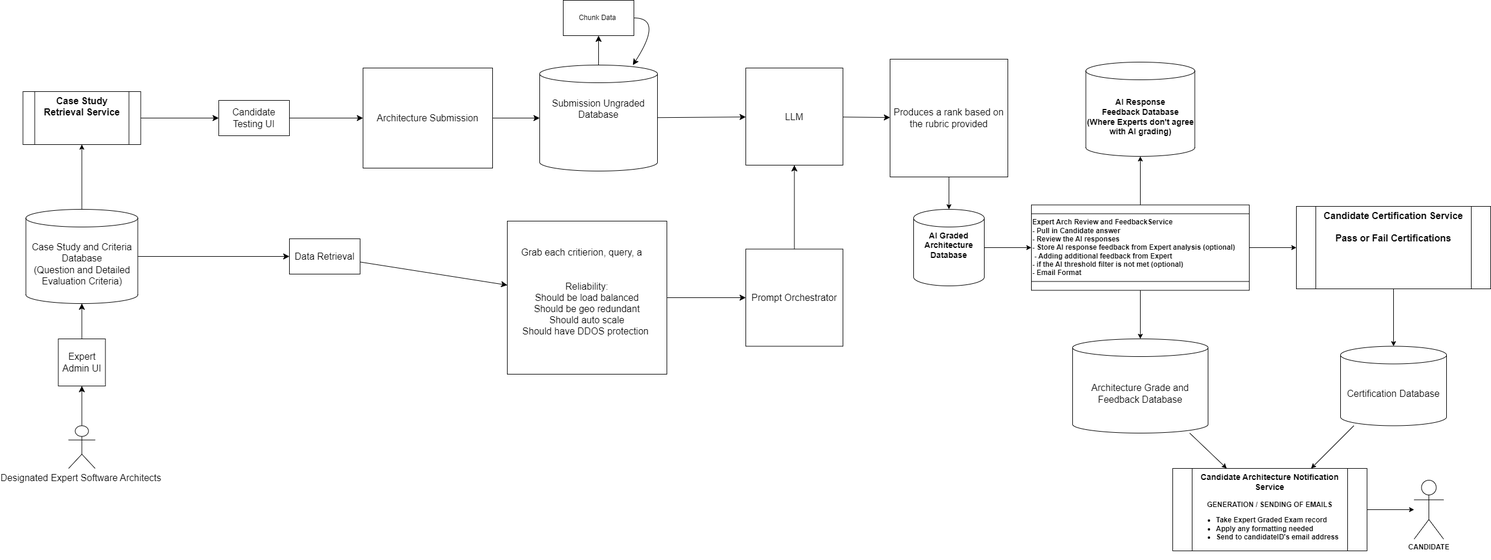
Above: diagrams/ai-case-study-auto-grader.drawio.png in mmat1/skynet-ai-2025 (draw.io), before the change. Source tidied: cells renumbered, new cells last; positions are measured from the earlier drawing's top-left corner, leaving out a move shared by most shapes. Its diagram source:
```xml
<mxGraphModel>
  <root>
    <mxCell id="0" />
    <mxCell id="1" parent="0" />
    <mxCell id="2" style="edgeStyle=none;curved=1;rounded=0;jettySize=auto;html=1;fontSize=12;startSize=8;endSize=8;" parent="1" edge="1" source="3" target="6">
      <mxGeometry relative="1" as="geometry" />
    </mxCell>
    <mxCell id="3" value="Candidate Testing UI" style="rounded=0;whiteSpace=wrap;html=1;fontSize=16;" parent="1" vertex="1">
      <mxGeometry x="332" y="170" width="120" height="60" as="geometry" />
    </mxCell>
    <mxCell id="4" style="edgeStyle=none;curved=1;rounded=0;jettySize=auto;html=1;fontSize=12;startSize=8;endSize=8;" parent="1" edge="1" source="45" target="3">
      <mxGeometry relative="1" as="geometry" />
    </mxCell>
    <mxCell id="5" style="edgeStyle=none;curved=1;rounded=0;jettySize=auto;html=1;fontSize=12;startSize=8;endSize=8;entryX=0;entryY=0.5;entryDx=0;entryDy=0;entryPerimeter=0;" parent="1" edge="1" source="6" target="8">
      <mxGeometry relative="1" as="geometry" />
    </mxCell>
    <mxCell id="6" value="Architecture Submission" style="rounded=0;whiteSpace=wrap;html=1;fontSize=16;" parent="1" vertex="1">
      <mxGeometry x="577" y="115" width="220" height="170" as="geometry" />
    </mxCell>
    <mxCell id="7" style="edgeStyle=none;curved=1;rounded=0;jettySize=auto;html=1;fontSize=12;startSize=8;endSize=8;" parent="1" edge="1" source="8" target="12">
      <mxGeometry relative="1" as="geometry" />
    </mxCell>
    <mxCell id="8" value="Submission Ungraded Database&lt;div&gt;&lt;span&gt;&lt;font style=&quot;color: light-dark(rgb(255, 255, 255), rgb(179, 179, 179));&quot;&gt;(Chunked Data, Question, Submitted Solution , embedding, metadata)&lt;/font&gt;&lt;/span&gt;&lt;br&gt;&lt;/div&gt;" style="shape=cylinder3;whiteSpace=wrap;html=1;boundedLbl=1;backgroundOutline=1;size=15;fontSize=16;" parent="1" vertex="1">
      <mxGeometry x="877" y="110" width="200" height="180" as="geometry" />
    </mxCell>
    <mxCell id="9" style="edgeStyle=none;curved=1;rounded=0;jettySize=auto;html=1;fontSize=12;startSize=8;endSize=8;" parent="1" edge="1" source="10" target="22">
      <mxGeometry relative="1" as="geometry" />
    </mxCell>
    <mxCell id="10" value="Data Retrieval" style="rounded=0;whiteSpace=wrap;html=1;fontSize=16;" parent="1" vertex="1">
      <mxGeometry x="452" y="405" width="120" height="60" as="geometry" />
    </mxCell>
    <mxCell id="11" style="edgeStyle=none;curved=1;rounded=0;jettySize=auto;html=1;fontSize=12;startSize=8;endSize=8;" parent="1" edge="1" source="12" target="8">
      <mxGeometry relative="1" as="geometry">
        <Array as="points">
          <mxPoint x="1087" y="30" />
        </Array>
      </mxGeometry>
    </mxCell>
    <mxCell id="12" value="Chunk Data&amp;nbsp;" style="rounded=0;whiteSpace=wrap;html=1;" parent="1" vertex="1">
      <mxGeometry x="917" width="120" height="60" as="geometry" />
    </mxCell>
    <mxCell id="13" style="edgeStyle=none;curved=1;rounded=0;jettySize=auto;html=1;fontSize=12;startSize=8;endSize=8;" parent="1" edge="1" source="15" target="10">
      <mxGeometry relative="1" as="geometry" />
    </mxCell>
    <mxCell id="14" style="edgeStyle=none;html=1;" parent="1" edge="1" source="15" target="45">
      <mxGeometry relative="1" as="geometry" />
    </mxCell>
    <mxCell id="15" value="Case Study and Criteria Database&lt;div&gt;(Question and Detailed Evaluation Criteria)&lt;/div&gt;" style="shape=cylinder3;whiteSpace=wrap;html=1;boundedLbl=1;backgroundOutline=1;size=15;fontSize=16;" parent="1" vertex="1">
      <mxGeometry x="4.5" y="355" width="190" height="160" as="geometry" />
    </mxCell>
    <mxCell id="16" style="edgeStyle=none;curved=1;rounded=0;jettySize=auto;html=1;fontSize=12;startSize=8;endSize=8;" parent="1" edge="1" source="17" target="19">
      <mxGeometry relative="1" as="geometry" />
    </mxCell>
    <mxCell id="17" value="Designated Expert Software Architects&amp;nbsp;" style="shape=umlActor;verticalLabelPosition=bottom;verticalAlign=top;html=1;outlineConnect=0;fontSize=16;" parent="1" vertex="1">
      <mxGeometry x="77" y="722.5" width="45" height="72.5" as="geometry" />
    </mxCell>
    <mxCell id="18" style="edgeStyle=none;curved=1;rounded=0;jettySize=auto;html=1;fontSize=12;startSize=8;endSize=8;" parent="1" edge="1" source="19" target="15">
      <mxGeometry relative="1" as="geometry" />
    </mxCell>
    <mxCell id="19" value="Expert Admin UI" style="whiteSpace=wrap;html=1;fontSize=16;" parent="1" vertex="1">
      <mxGeometry x="59.5" y="575" width="80" height="80" as="geometry" />
    </mxCell>
    <mxCell id="20" style="edgeStyle=none;curved=1;rounded=0;jettySize=auto;html=1;fontSize=12;startSize=8;endSize=8;" parent="1" edge="1" source="8" target="26">
      <mxGeometry relative="1" as="geometry" />
    </mxCell>
    <mxCell id="21" style="edgeStyle=none;curved=1;rounded=0;jettySize=auto;html=1;fontSize=12;startSize=8;endSize=8;" parent="1" edge="1" source="22" target="24">
      <mxGeometry relative="1" as="geometry" />
    </mxCell>
    <mxCell id="22" value="&lt;font style=&quot;color: light-dark(rgb(0, 0, 0), rgb(255, 255, 255));&quot;&gt;Grab each critierion, query, a&lt;span style=&quot;color: rgb(255, 255, 255);&quot;&gt;nd provide a rubric&lt;/span&gt;&lt;br&gt;&lt;/font&gt;&lt;br&gt;Reliability:&lt;br&gt;Should be load balanced&lt;br&gt;Should be geo redundant&lt;br&gt;Should auto scale&lt;br&gt;Should have DDOS protection&amp;nbsp;&lt;br&gt;&lt;div&gt;&lt;br&gt;&lt;/div&gt;" style="rounded=0;whiteSpace=wrap;html=1;fontSize=16;" parent="1" vertex="1">
      <mxGeometry x="822" y="375" width="271" height="260" as="geometry" />
    </mxCell>
    <mxCell id="23" style="edgeStyle=none;curved=1;rounded=0;jettySize=auto;html=1;fontSize=12;startSize=8;endSize=8;" parent="1" edge="1" source="24" target="26">
      <mxGeometry relative="1" as="geometry" />
    </mxCell>
    <mxCell id="24" value="Prompt Orchestrator" style="whiteSpace=wrap;html=1;fontSize=16;" parent="1" vertex="1">
      <mxGeometry x="1227" y="422.5" width="165" height="165" as="geometry" />
    </mxCell>
    <mxCell id="25" style="edgeStyle=none;curved=1;rounded=0;jettySize=auto;html=1;fontSize=12;startSize=8;endSize=8;" parent="1" edge="1" source="26" target="28">
      <mxGeometry relative="1" as="geometry" />
    </mxCell>
    <mxCell id="26" value="LLM" style="whiteSpace=wrap;html=1;fontSize=16;" parent="1" vertex="1">
      <mxGeometry x="1227" y="115" width="165" height="165" as="geometry" />
    </mxCell>
    <mxCell id="27" style="edgeStyle=orthogonalEdgeStyle;rounded=0;jettySize=auto;html=1;" parent="1" edge="1" source="28" target="30">
      <mxGeometry relative="1" as="geometry" />
    </mxCell>
    <mxCell id="28" value="Produces a rank based on the rubric provided" style="whiteSpace=wrap;html=1;fontSize=16;" parent="1" vertex="1">
      <mxGeometry x="1472" y="100" width="200" height="200" as="geometry" />
    </mxCell>
    <mxCell id="29" style="edgeStyle=none;html=1;" parent="1" edge="1" source="30" target="35">
      <mxGeometry relative="1" as="geometry" />
    </mxCell>
    <mxCell id="30" value="&lt;b&gt;&lt;font&gt;AI Graded Architecture Database&lt;/font&gt;&lt;/b&gt;&lt;div&gt;&lt;b&gt;&lt;font&gt;&lt;br&gt;&lt;/font&gt;&lt;/b&gt;&lt;/div&gt;&lt;div&gt;&lt;b&gt;&lt;font&gt;&lt;br&gt;&lt;/font&gt;&lt;/b&gt;&lt;/div&gt;" style="shape=cylinder3;whiteSpace=wrap;html=1;boundedLbl=1;backgroundOutline=1;size=15;strokeColor=default;align=center;verticalAlign=middle;fontFamily=Helvetica;fontSize=14;fontColor=default;fillColor=default;" parent="1" vertex="1">
      <mxGeometry x="1512" y="355" width="120" height="130" as="geometry" />
    </mxCell>
    <mxCell id="31" value="&lt;b&gt;CANDIDATE&lt;/b&gt;" style="shape=umlActor;verticalLabelPosition=bottom;verticalAlign=top;html=1;outlineConnect=0;" parent="1" vertex="1">
      <mxGeometry x="2362" y="815" width="50" height="100" as="geometry" />
    </mxCell>
    <mxCell id="32" style="edgeStyle=orthogonalEdgeStyle;rounded=0;jettySize=auto;html=1;" parent="1" edge="1" source="35" target="40">
      <mxGeometry relative="1" as="geometry" />
    </mxCell>
    <mxCell id="33" style="edgeStyle=orthogonalEdgeStyle;rounded=0;jettySize=auto;html=1;" parent="1" edge="1" source="35" target="38">
      <mxGeometry relative="1" as="geometry" />
    </mxCell>
    <mxCell id="34" style="edgeStyle=none;html=1;" parent="1" edge="1" source="35" target="44">
      <mxGeometry relative="1" as="geometry" />
    </mxCell>
    <mxCell id="35" value="&lt;b&gt;Expert Arch Review and FeedbackService&lt;br&gt;- Pull in Candidate answer&lt;br&gt;-&amp;nbsp;Review the AI responses&lt;br&gt;- Store AI response feedback from Expert analysis (optional)&lt;br&gt;&amp;nbsp;- Adding additional feedback from Expert&lt;br&gt;&lt;/b&gt;&lt;b style=&quot;border-color: var(--border-color);&quot;&gt;- if the AI threshold filter is not met (optional)&lt;/b&gt;&lt;b&gt;&lt;br&gt;- Email Format&lt;br&gt;&lt;/b&gt;" style="shape=process;whiteSpace=wrap;html=1;backgroundOutline=1;verticalAlign=middle;align=left;direction=south;" parent="1" vertex="1">
      <mxGeometry x="1712" y="347.5" width="370" height="145" as="geometry" />
    </mxCell>
    <mxCell id="36" style="edgeStyle=orthogonalEdgeStyle;rounded=0;jettySize=auto;html=1;" parent="1" edge="1" source="37" target="31">
      <mxGeometry relative="1" as="geometry" />
    </mxCell>
    <mxCell id="37" value="&lt;div&gt;&lt;b&gt;&lt;font style=&quot;font-size: 14px;&quot;&gt;Candidate Architecture Notification Service&lt;/font&gt;&lt;/b&gt;&lt;/div&gt;&lt;div&gt;&lt;b&gt;&lt;br&gt;&lt;/b&gt;&lt;/div&gt;&lt;div&gt;&lt;b&gt;GENERATION / SENDING OF EMAILS&lt;/b&gt;&lt;/div&gt;&lt;div&gt;&lt;ul&gt;&lt;li style=&quot;text-align: left;&quot;&gt;&lt;b&gt;Take Expert Graded Exam record&lt;/b&gt;&lt;/li&gt;&lt;li style=&quot;text-align: left;&quot;&gt;&lt;b&gt;Apply any formatting needed&lt;/b&gt;&lt;/li&gt;&lt;li style=&quot;text-align: left;&quot;&gt;&lt;b&gt;Send to candidateID's email address&lt;/b&gt;&lt;/li&gt;&lt;/ul&gt;&lt;/div&gt;" style="shape=process;whiteSpace=wrap;html=1;backgroundOutline=1;verticalAlign=top;align=center;" parent="1" vertex="1">
      <mxGeometry x="1952" y="795" width="330" height="140" as="geometry" />
    </mxCell>
    <mxCell id="38" value="&lt;span style=&quot;font-size: 14px;&quot;&gt;&lt;b&gt;AI Response&lt;br&gt;Feedback Database&lt;/b&gt;&lt;/span&gt;&lt;div&gt;&lt;span style=&quot;font-size: 14px;&quot;&gt;&lt;b&gt;(Where Experts don't agree with AI grading)&lt;br&gt;&lt;/b&gt;&lt;/span&gt;&lt;/div&gt;" style="shape=cylinder3;whiteSpace=wrap;html=1;boundedLbl=1;backgroundOutline=1;size=15;strokeColor=default;align=center;verticalAlign=middle;fontFamily=Helvetica;fontSize=12;fontColor=default;fillColor=default;" parent="1" vertex="1">
      <mxGeometry x="1804.5" y="105" width="185" height="160" as="geometry" />
    </mxCell>
    <mxCell id="39" style="edgeStyle=none;html=1;" parent="1" edge="1" source="40" target="37">
      <mxGeometry relative="1" as="geometry" />
    </mxCell>
    <mxCell id="40" value="&lt;font style=&quot;font-size: 16px;&quot;&gt;Architecture Grade and Feedback Database&lt;/font&gt;" style="shape=cylinder3;whiteSpace=wrap;html=1;boundedLbl=1;backgroundOutline=1;size=15;fontSize=12;" parent="1" vertex="1">
      <mxGeometry x="1782" y="575" width="230" height="160" as="geometry" />
    </mxCell>
    <mxCell id="41" style="edgeStyle=none;html=1;" parent="1" edge="1" source="42" target="37">
      <mxGeometry relative="1" as="geometry" />
    </mxCell>
    <mxCell id="42" value="&lt;font style=&quot;font-size: 16px;&quot;&gt;Certification Database&lt;/font&gt;" style="shape=cylinder3;whiteSpace=wrap;html=1;boundedLbl=1;backgroundOutline=1;size=15;" parent="1" vertex="1">
      <mxGeometry x="2237" y="587.5" width="180" height="135" as="geometry" />
    </mxCell>
    <mxCell id="43" style="edgeStyle=none;html=1;" parent="1" edge="1" source="44" target="42">
      <mxGeometry relative="1" as="geometry" />
    </mxCell>
    <mxCell id="44" value="&lt;div style=&quot;&quot;&gt;&lt;b style=&quot;background-color: transparent;&quot;&gt;&lt;font style=&quot;font-size: 16px;&quot;&gt;Candidate Certification Service&lt;/font&gt;&lt;/b&gt;&lt;/div&gt;&lt;div style=&quot;&quot;&gt;&lt;b style=&quot;background-color: transparent;&quot;&gt;&lt;font style=&quot;font-size: 16px;&quot;&gt;&lt;br&gt;&lt;/font&gt;&lt;/b&gt;&lt;/div&gt;&lt;div style=&quot;&quot;&gt;&lt;b&gt;&lt;font style=&quot;font-size: 16px;&quot;&gt;Pass or Fail Certifications&lt;/font&gt;&lt;/b&gt;&lt;/div&gt;" style="shape=process;whiteSpace=wrap;html=1;backgroundOutline=1;verticalAlign=top;align=center;" parent="1" vertex="1">
      <mxGeometry x="2162" y="350" width="330" height="140" as="geometry" />
    </mxCell>
    <mxCell id="45" value="&lt;div style=&quot;&quot;&gt;&lt;span style=&quot;font-size: 16px;&quot;&gt;&lt;b&gt;Case Study Retrieval Service&lt;/b&gt;&lt;/span&gt;&lt;/div&gt;" style="shape=process;whiteSpace=wrap;html=1;backgroundOutline=1;verticalAlign=top;align=center;" parent="1" vertex="1">
      <mxGeometry x="-0.5" y="155" width="200" height="90" as="geometry" />
    </mxCell>
  </root>
</mxGraphModel>
```
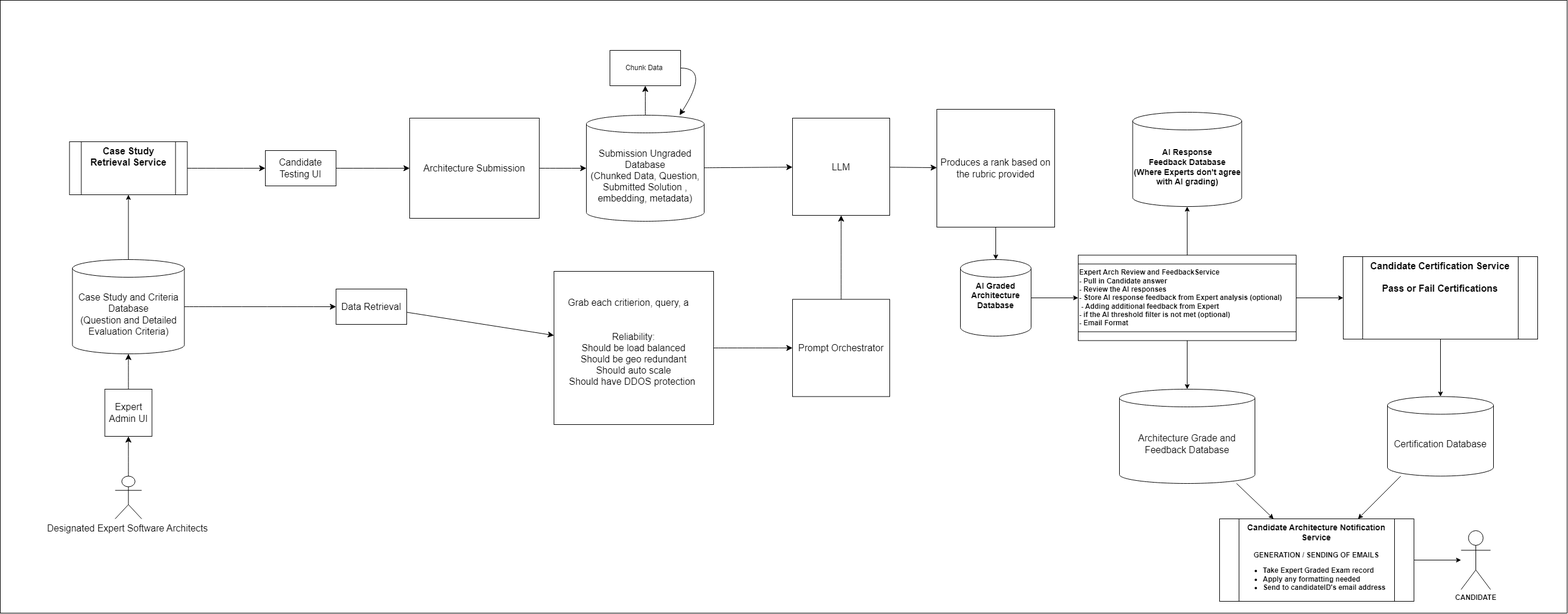
Later version of the same file.

Diff of the diagram source:
```diff
@@ -2,6 +2,9 @@
   <root>
     <mxCell id="0" />
     <mxCell id="1" parent="0" />
+    <mxCell id="46" style="rounded=0;whiteSpace=wrap;html=1;" parent="1" vertex="1">
+      <mxGeometry x="-118" y="-85" width="2660" height="1040" as="geometry" />
+    </mxCell>
     <mxCell id="2" style="edgeStyle=none;curved=1;rounded=0;jettySize=auto;html=1;fontSize=12;startSize=8;endSize=8;" parent="1" edge="1" source="3" target="6">
       <mxGeometry relative="1" as="geometry" />
     </mxCell>
```
